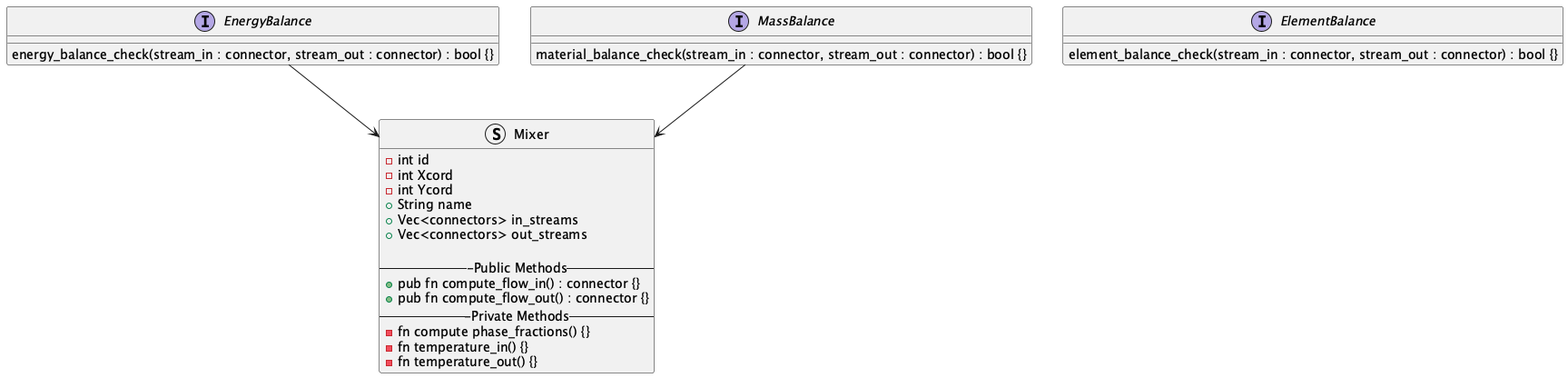
Before: blocks-module/Blocks_Module_Class_Diagram.png, a diagram exported from PlantUML (OSCPS-Project/OSCPS-UML).
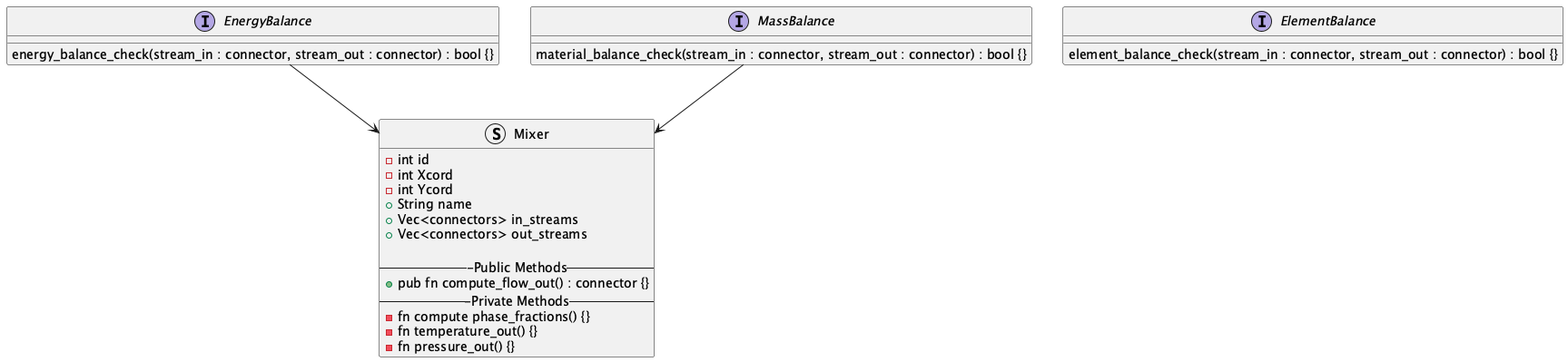
After the change.

Commit message:
updating uml diagram for blocks module. specifically updated public and private functions in the diagram

Diff of the diagram source:
```diff
@@ -26,12 +26,11 @@
   + Vec<connectors> out_streams
 
   ---Public Methods--
-  + pub fn compute_flow_in() : connector {}
   + pub fn compute_flow_out() : connector {}
   ---Private Methods--
   - fn compute phase_fractions() {}
-  - fn temperature_in() {}
   - fn temperature_out() {}
+  - fn pressure_out() {}
 }
 
 EnergyBalance --> Mixer
```
